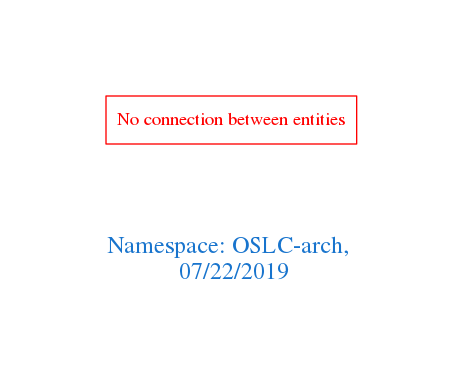
Earlier version of the Graphviz export downloads/OSLC-arch.png (arago/OGIT). Its source is kept beside it as downloads/OSLC-arch.dot.
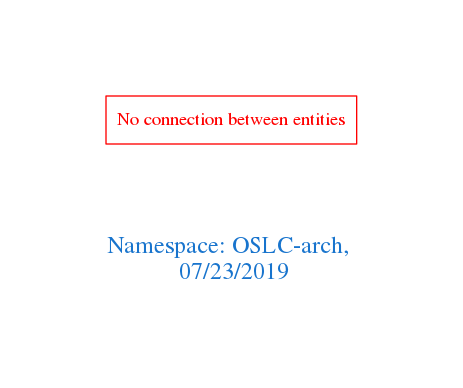
The same diagram one commit later.

The edit, as a diff of the source:
```diff
@@ -1,7 +1,7 @@
 digraph OGIT_ontology {
  graph [ rankdir= LR,pad=1
 fontsize = 18,
-fontcolor= dodgerblue3,label = "\n\n\nNamespace: OSLC-arch, \n 07/22/2019"];
+fontcolor= dodgerblue3,label = "\n\n\nNamespace: OSLC-arch, \n 07/23/2019"];
 node[shape=polygon];
 edge [  color="gray81"];
 
```
